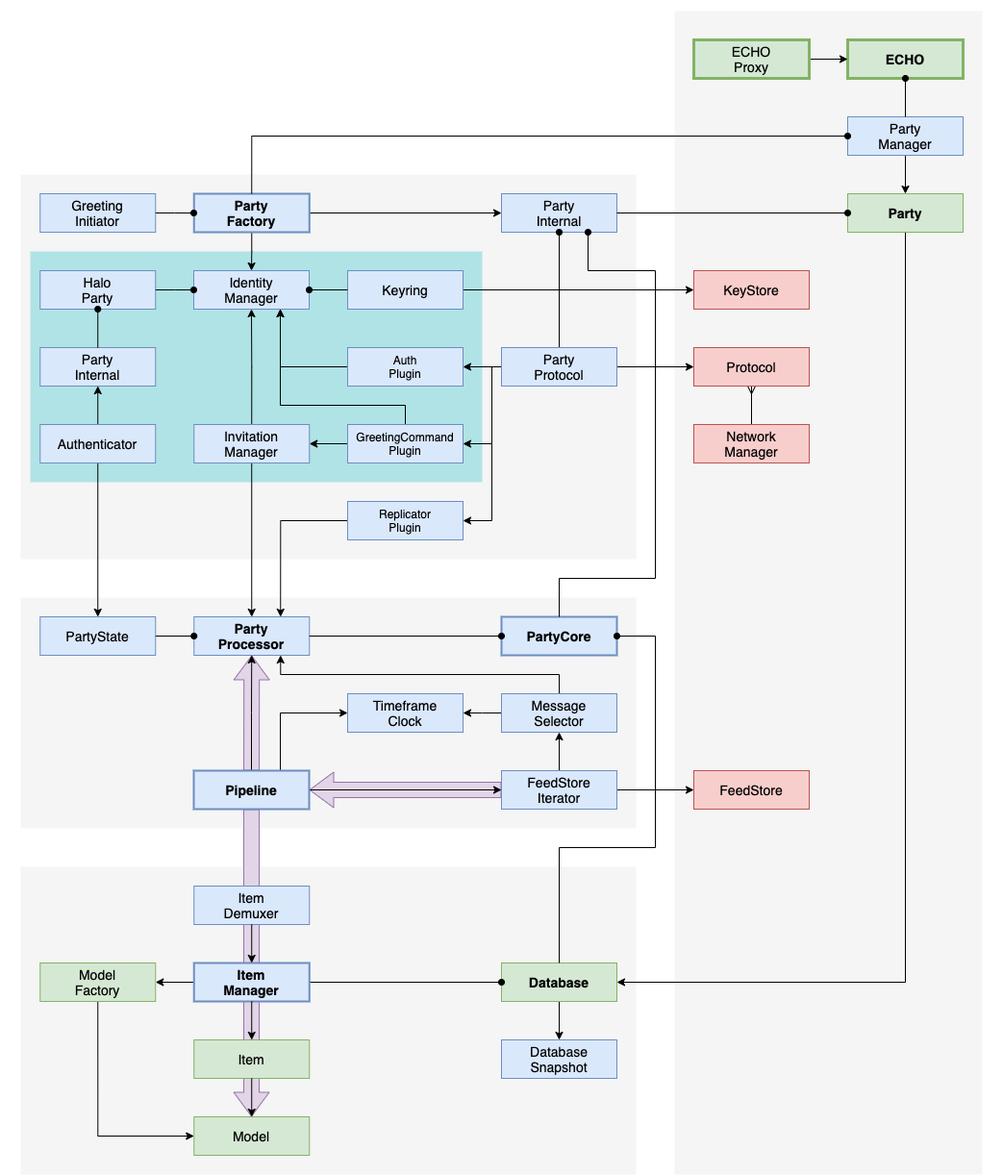
dxos/dxos keeps this draw.io diagram as docs/diagrams/echo-architecture.png. Above is the earlier version. Source tidied: cells renumbered, new cells last; positions are measured from the earlier drawing's top-left corner, leaving out a move shared by most shapes.
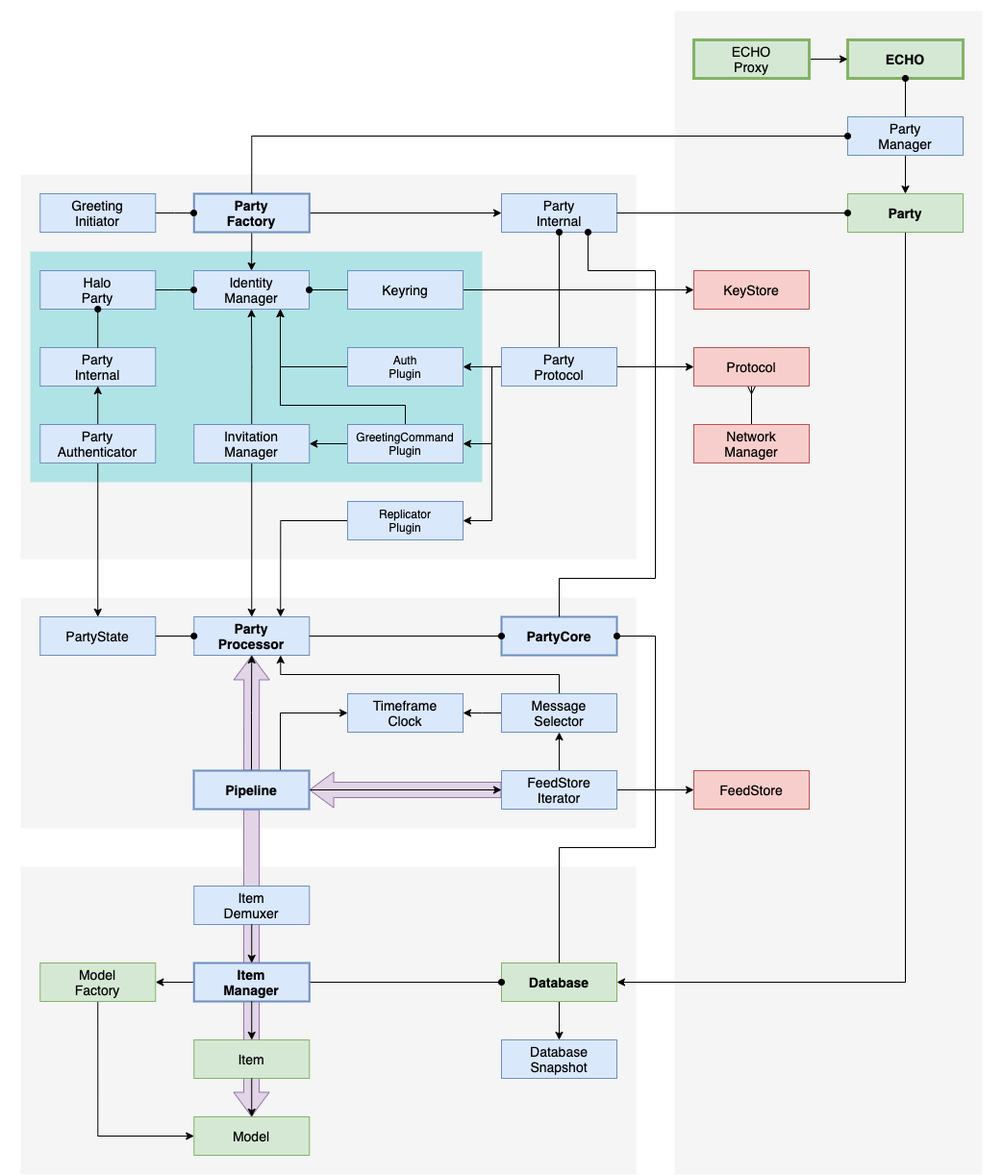
Later version of the same file.

Diff of the diagram source:
```diff
@@ -272,7 +272,7 @@
     <mxCell id="78" style="edgeStyle=orthogonalEdgeStyle;rounded=0;jettySize=auto;html=1;exitX=0.5;exitY=0;exitDx=0;exitDy=0;startArrow=none;startFill=0;endArrow=classic;endFill=1;" parent="1" edge="1" source="79" target="90">
       <mxGeometry relative="1" as="geometry" />
     </mxCell>
-    <mxCell id="79" value="Authenticator" style="rounded=0;whiteSpace=wrap;html=1;fontSize=14;fontFamily=Helvetica;fillColor=#dae8fc;strokeColor=#6c8ebf;fontStyle=0;strokeWidth=1;" parent="1" vertex="1">
+    <mxCell id="79" value="Party&lt;br&gt;Authenticator" style="rounded=0;whiteSpace=wrap;html=1;fontSize=14;fontFamily=Helvetica;fillColor=#dae8fc;strokeColor=#6c8ebf;fontStyle=0;strokeWidth=1;" parent="1" vertex="1">
       <mxGeometry x="40.2" y="440" width="120" height="40" as="geometry" />
     </mxCell>
     <mxCell id="80" style="edgeStyle=orthogonalEdgeStyle;rounded=0;jettySize=auto;html=1;exitX=0;exitY=0.5;exitDx=0;exitDy=0;entryX=1;entryY=0.5;entryDx=0;entryDy=0;fontSize=12;startArrow=oval;startFill=1;endArrow=none;endFill=0;" parent="1" edge="1" source="34" target="74">
```
